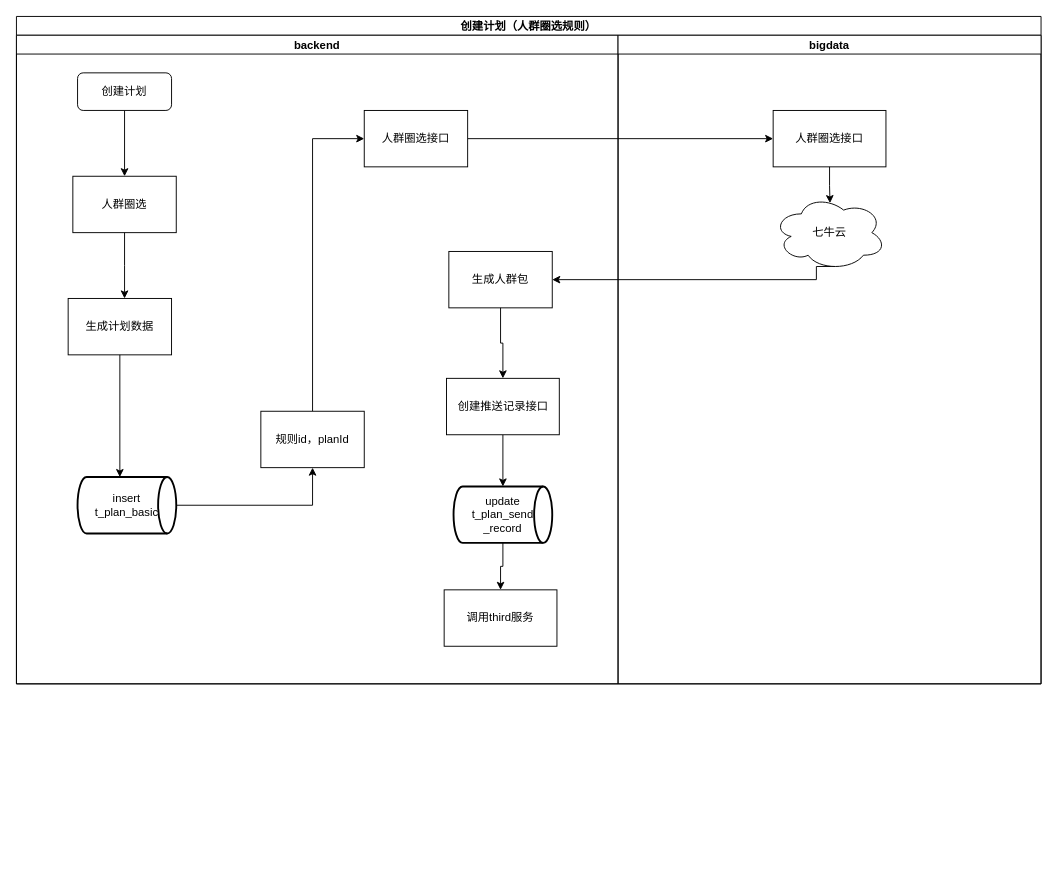
Before: page "第 1 页" (1 of 2) of 推送计划.drawio in songmulin/rr-business, a draw.io diagram. Source tidied: cells renumbered, new cells numbered last; positions are measured from the earlier drawing's top-left corner, leaving out a move shared by most shapes. Both pictures are drawn from the tidied source at 94%, with x=0, y=0 at pixel (16, 16).
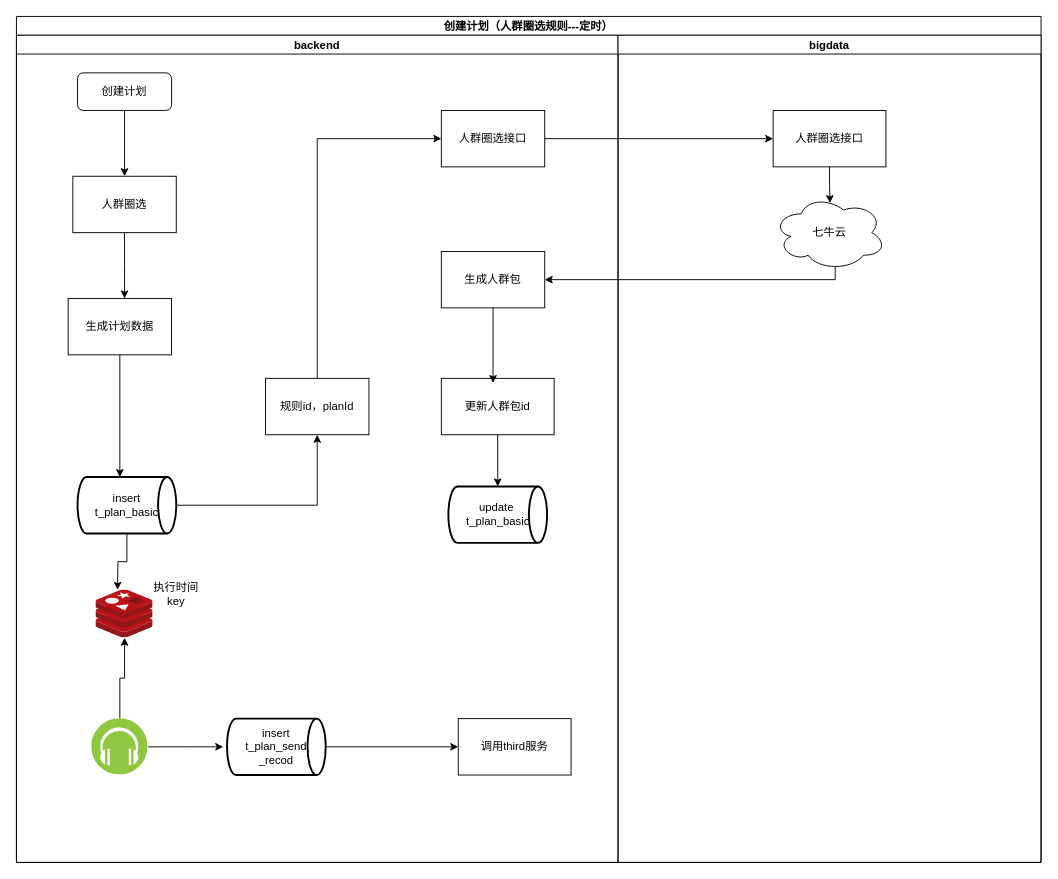
The same diagram, later.

The change refers to these unchanged cells:
```xml
<mxCell id="17" value="&lt;span style=&quot;font-size: 12px;&quot;&gt;insert&lt;br&gt;t_plan_basic&lt;/span&gt;" style="strokeWidth=2;html=1;shape=mxgraph.flowchart.direct_data;whiteSpace=wrap;" parent="5" vertex="1">
  <mxGeometry x="65" y="470" width="105" height="60" as="geometry" />
</mxCell>
<mxCell id="26" value="七牛云" style="ellipse;shape=cloud;whiteSpace=wrap;html=1;" parent="24" vertex="1">
  <mxGeometry x="165" y="170" width="120" height="80" as="geometry" />
</mxCell>
```

The edit, as a diff of the source:
```diff
@@
-    <mxCell id="2" value="创建计划（人群圈选规则）" style="swimlane;startSize=20;" parent="1" vertex="1">
-      <mxGeometry width="1090" height="710" as="geometry" />
+    <mxCell id="2" value="创建计划（人群圈选规则---定时）" style="swimlane;startSize=20;" parent="1" vertex="1">
+      <mxGeometry width="1090" height="900" as="geometry" />
     </mxCell>
@@
     <mxCell id="4" style="edgeStyle=orthogonalEdgeStyle;rounded=0;jettySize=auto;html=1;entryX=1;entryY=0.5;entryDx=0;entryDy=0;exitX=0.55;exitY=0.95;exitDx=0;exitDy=0;exitPerimeter=0;" parent="2" edge="1" source="26" target="10">
       <mxGeometry relative="1" as="geometry">
         <Array as="points">
-          <mxPoint x="851" y="280" />
+          <mxPoint x="871" y="280" />
         </Array>
       </mxGeometry>
     </mxCell>
     <mxCell id="5" value="backend" style="swimlane;startSize=20;" parent="2" vertex="1">
-      <mxGeometry y="20" width="640" height="690" as="geometry" />
+      <mxGeometry y="20" width="640" height="880" as="geometry" />
     </mxCell>
@@
     <mxCell id="9" value="人群圈选接口" style="rounded=0;whiteSpace=wrap;html=1;" parent="5" vertex="1">
-      <mxGeometry x="370" y="80" width="110" height="60" as="geometry" />
+      <mxGeometry x="452" y="80" width="110" height="60" as="geometry" />
     </mxCell>
     <mxCell id="10" value="生成人群包" style="rounded=0;whiteSpace=wrap;html=1;" parent="5" vertex="1">
-      <mxGeometry x="460" y="230" width="110" height="60" as="geometry" />
+      <mxGeometry x="452" y="230" width="110" height="60" as="geometry" />
     </mxCell>
@@
     <mxCell id="13" value="规则id，planId" style="rounded=0;whiteSpace=wrap;html=1;" parent="5" vertex="1">
-      <mxGeometry x="260" y="400" width="110" height="60" as="geometry" />
+      <mxGeometry x="265" y="365" width="110" height="60" as="geometry" />
     </mxCell>
@@
-    <mxCell id="18" style="edgeStyle=orthogonalEdgeStyle;rounded=0;jettySize=auto;html=1;" parent="5" edge="1" source="19" target="20">
-      <mxGeometry relative="1" as="geometry" />
-    </mxCell>
-    <mxCell id="19" value="&lt;span style=&quot;font-size: 12px;&quot;&gt;update&lt;br&gt;t_plan_send&lt;br&gt;_record&lt;/span&gt;" style="strokeWidth=2;html=1;shape=mxgraph.flowchart.direct_data;whiteSpace=wrap;" parent="5" vertex="1">
-      <mxGeometry x="465" y="480" width="105" height="60" as="geometry" />
+    <mxCell id="19" value="update&amp;nbsp;&lt;br&gt;t_plan_basic" style="strokeWidth=2;html=1;shape=mxgraph.flowchart.direct_data;whiteSpace=wrap;" parent="5" vertex="1">
+      <mxGeometry x="459.5" y="480" width="105" height="60" as="geometry" />
     </mxCell>
     <mxCell id="20" value="调用third服务" style="rounded=0;whiteSpace=wrap;html=1;" parent="5" vertex="1">
-      <mxGeometry x="455" y="590" width="120" height="60" as="geometry" />
+      <mxGeometry x="470" y="727" width="120" height="60" as="geometry" />
     </mxCell>
@@
-    <mxCell id="22" value="创建推送记录接口" style="rounded=0;whiteSpace=wrap;html=1;" parent="5" vertex="1">
-      <mxGeometry x="457.5" y="365" width="120" height="60" as="geometry" />
+    <mxCell id="22" value="更新人群包id" style="rounded=0;whiteSpace=wrap;html=1;" parent="5" vertex="1">
+      <mxGeometry x="452" y="365" width="120" height="60" as="geometry" />
     </mxCell>
-    <mxCell id="23" style="edgeStyle=orthogonalEdgeStyle;rounded=0;jettySize=auto;html=1;entryX=0.5;entryY=0;entryDx=0;entryDy=0;" parent="5" edge="1" source="10" target="22">
-      <mxGeometry relative="1" as="geometry" />
+    <mxCell id="23" style="edgeStyle=orthogonalEdgeStyle;rounded=0;jettySize=auto;html=1;" parent="5" edge="1" source="10">
+      <mxGeometry relative="1" as="geometry">
+        <mxPoint x="507" y="370" as="targetPoint" />
+      </mxGeometry>
     </mxCell>
+    <mxCell id="28" style="sketch=0;html=1;points=[];align=center;image;fontSize=12;image=img/lib/mscae/Cache_Redis_Product.svg;" parent="5" vertex="1">
+      <mxGeometry x="84.6" y="590" width="60.7" height="51" as="geometry" />
+    </mxCell>
+    <mxCell id="29" value="执行时间key" style="text;html=1;strokeColor=none;fillColor=none;align=center;verticalAlign=middle;whiteSpace=wrap;rounded=0;" parent="5" vertex="1">
+      <mxGeometry x="140" y="580" width="60" height="30" as="geometry" />
+    </mxCell>
+    <mxCell id="30" style="edgeStyle=orthogonalEdgeStyle;rounded=0;jettySize=auto;html=1;" parent="5" edge="1" source="31" target="28">
+      <mxGeometry relative="1" as="geometry" />
+    </mxCell>
+    <mxCell id="31" style="perimeter=ellipsePerimeter;html=1;align=center;shadow=0;dashed=0;fontColor=#4277BB;labelBackgroundColor=#ffffff;fontSize=12;spacingTop=3;image;image=img/lib/ibm/blockchain/event_listener.svg;" parent="5" vertex="1">
+      <mxGeometry x="80" y="727" width="60" height="60" as="geometry" />
+    </mxCell>
+    <mxCell id="32" style="edgeStyle=orthogonalEdgeStyle;rounded=0;jettySize=auto;html=1;entryX=0;entryY=0.5;entryDx=0;entryDy=0;" parent="5" edge="1" source="33" target="20">
+      <mxGeometry relative="1" as="geometry" />
+    </mxCell>
+    <mxCell id="33" value="&lt;span style=&quot;font-size: 12px;&quot;&gt;insert&lt;br&gt;t_plan_send&lt;br&gt;_recod&lt;/span&gt;" style="strokeWidth=2;html=1;shape=mxgraph.flowchart.direct_data;whiteSpace=wrap;" parent="5" vertex="1">
+      <mxGeometry x="224" y="727" width="105" height="60" as="geometry" />
+    </mxCell>
     <mxCell id="24" value="bigdata" style="swimlane;startSize=20;" parent="2" vertex="1">
-      <mxGeometry x="640" y="20" width="450" height="690" as="geometry" />
+      <mxGeometry x="640" y="20" width="450" height="880" as="geometry" />
     </mxCell>
@@
+    <mxCell id="34" style="edgeStyle=orthogonalEdgeStyle;rounded=0;jettySize=auto;html=1;" parent="1" edge="1" source="17">
+      <mxGeometry relative="1" as="geometry">
+        <mxPoint x="107.5" y="610" as="targetPoint" />
+      </mxGeometry>
+    </mxCell>
+    <mxCell id="35" style="edgeStyle=orthogonalEdgeStyle;rounded=0;jettySize=auto;html=1;" parent="1" edge="1" source="31">
+      <mxGeometry relative="1" as="geometry">
+        <mxPoint x="220" y="777" as="targetPoint" />
+      </mxGeometry>
+    </mxCell>
```
